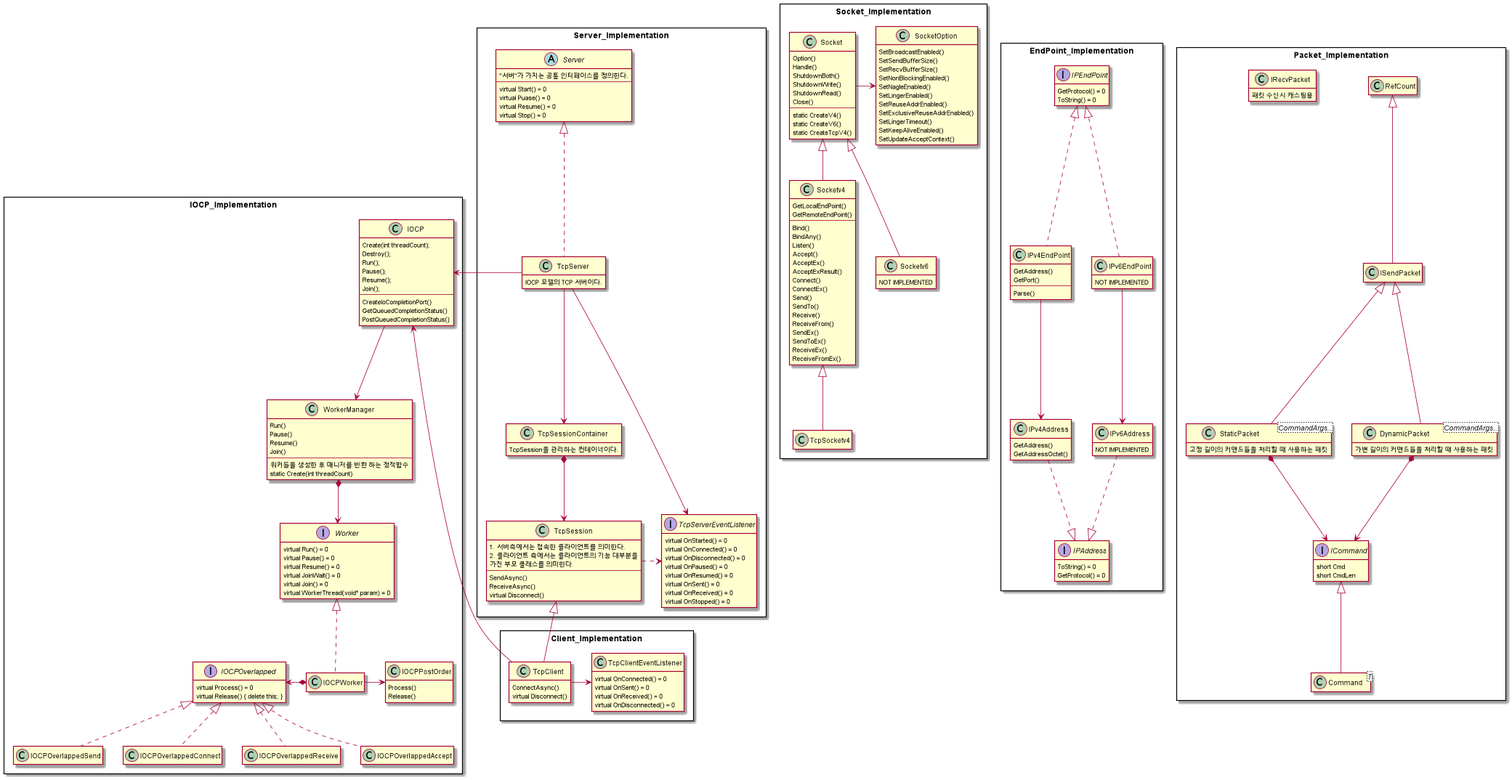
Before: Documents/Images/NetworkStructure.png, a diagram exported from PlantUML (yjd6808/_YJD_Harmony). Its source is kept beside it as Documents/Structure/NetworkStructure.puml.
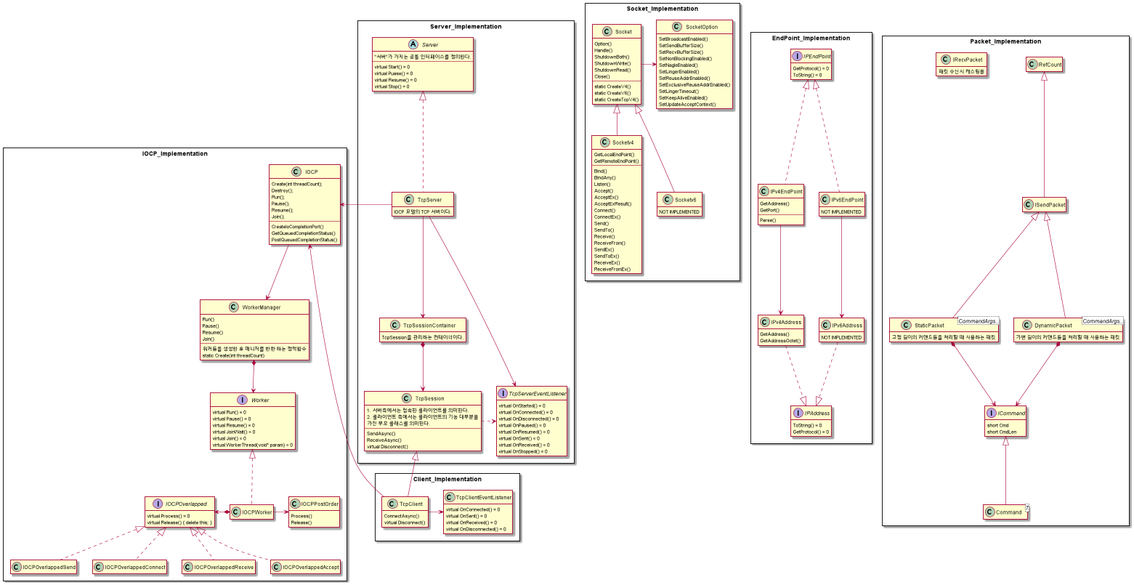
After the change.

Diff of the diagram source:
```diff
@@ -196,7 +196,6 @@
         NOT IMPLEMENTED
     }
 
-    class TcpSocketv4
     class SocketOption {
          SetBroadcastEnabled()
          SetSendBufferSize()
@@ -213,7 +212,6 @@
 
     Socketv4 -u-|> Socket
     Socketv6 -u-|> Socket
-    TcpSocketv4 -u-|> Socketv4
     Socket -r-> SocketOption
 }
 
```
